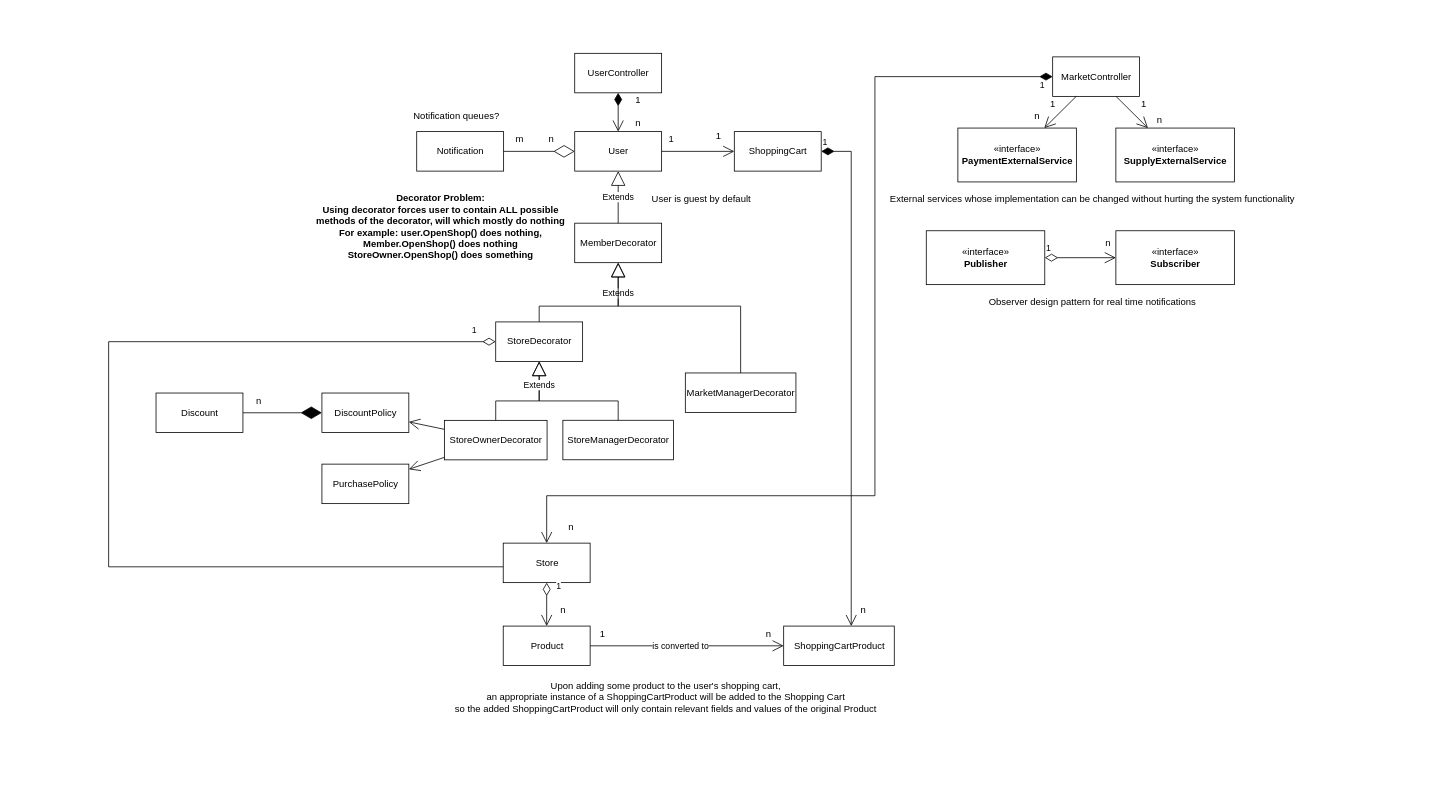
This is page "White Diagram" (1 of 2) of Workshop.drawio from itaitzruia4/Workshop, a draw.io file, before an edit. Source tidied: cells renumbered, new cells numbered last; positions are measured from the earlier drawing's top-left corner, leaving out a move shared by most shapes. Both pictures are drawn from the tidied source at 79%, with x=0, y=0 at pixel (108, 53).
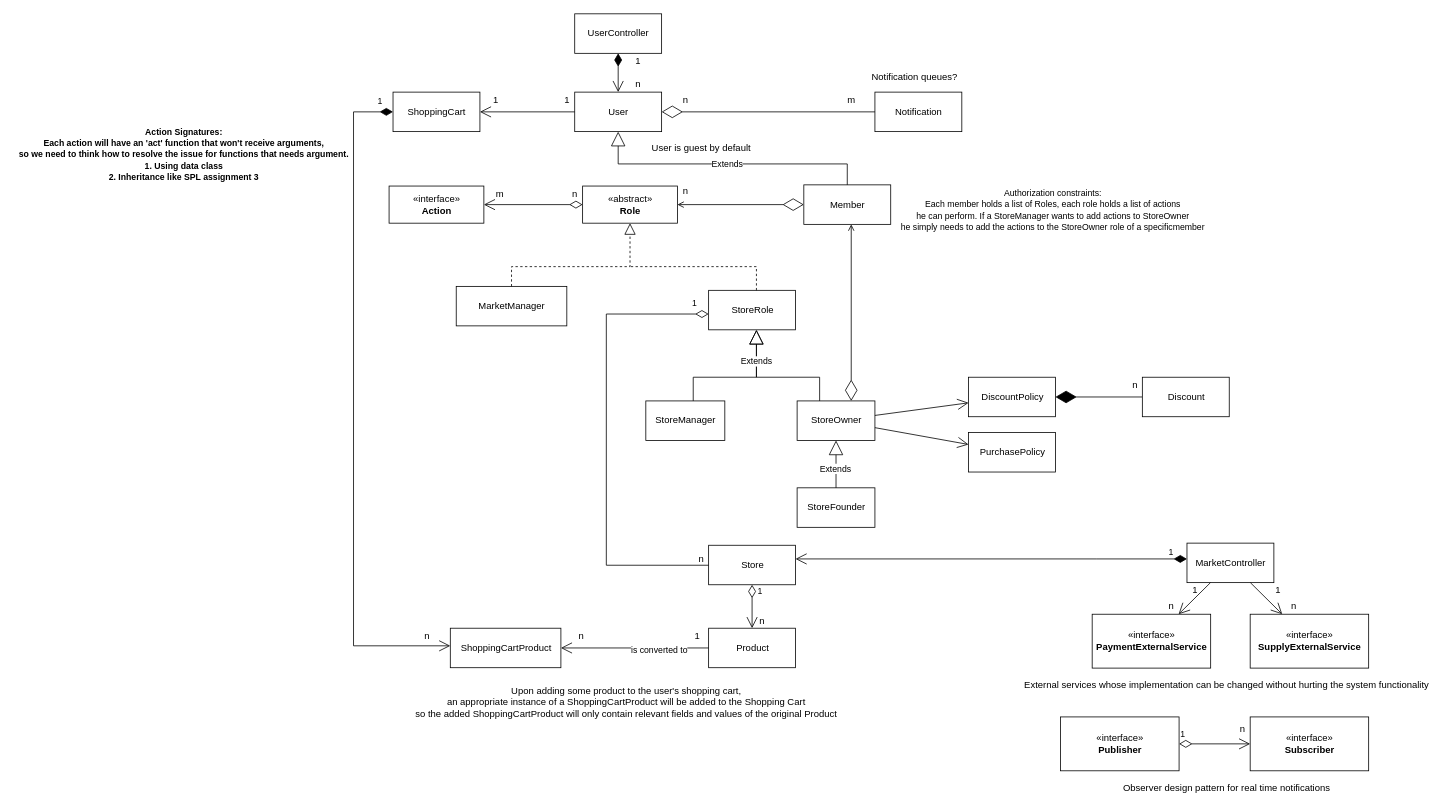
Above is the later version.

Commit message (it also covers changes not shown here):
Changed decorator and added roles

The edit, as a diff of the source:
```diff
@@
     <mxCell id="2" value="«interface»&lt;br&gt;&lt;b&gt;PaymentExternalService&lt;/b&gt;" style="html=1;" parent="1" vertex="1">
-      <mxGeometry x="1075" y="94.6" width="150" height="68.2" as="geometry" />
+      <mxGeometry x="1245" y="710" width="150" height="68.2" as="geometry" />
     </mxCell>
     <mxCell id="3" value="«interface»&lt;br&gt;&lt;b&gt;SupplyExternalService&lt;/b&gt;" style="html=1;" parent="1" vertex="1">
-      <mxGeometry x="1275" y="94.6" width="150" height="68.2" as="geometry" />
+      <mxGeometry x="1445" y="710" width="150" height="68.2" as="geometry" />
     </mxCell>
     <mxCell id="4" value="«interface»&lt;br&gt;&lt;b&gt;Publisher&lt;/b&gt;" style="html=1;" parent="1" vertex="1">
-      <mxGeometry x="1035" y="224.6" width="150" height="68.2" as="geometry" />
+      <mxGeometry x="1205" y="840" width="150" height="68.2" as="geometry" />
     </mxCell>
     <mxCell id="5" value="«interface»&lt;br&gt;&lt;b&gt;Subscriber&lt;/b&gt;" style="html=1;" parent="1" vertex="1">
-      <mxGeometry x="1275" y="224.6" width="150" height="68.2" as="geometry" />
+      <mxGeometry x="1445" y="840" width="150" height="68.2" as="geometry" />
     </mxCell>
     <mxCell id="6" value="Observer design pattern for real time notifications" style="text;html=1;align=center;verticalAlign=middle;strokeColor=none;fillColor=none;" parent="1" vertex="1">
-      <mxGeometry x="1105" y="304.6" width="280" height="20" as="geometry" />
+      <mxGeometry x="1275" y="920" width="280" height="20" as="geometry" />
     </mxCell>
     <mxCell id="7" value="External services whose implementation can be changed without hurting the system functionality" style="text;html=1;align=center;verticalAlign=middle;strokeColor=none;fillColor=none;" parent="1" vertex="1">
-      <mxGeometry x="980" y="174.6" width="530" height="20" as="geometry" />
+      <mxGeometry x="1150" y="790" width="530" height="20" as="geometry" />
     </mxCell>
     <mxCell id="8" value="UserController" style="html=1;" parent="1" vertex="1">
-      <mxGeometry x="590" width="110" height="50" as="geometry" />
+      <mxGeometry x="590" y="-50" width="110" height="50" as="geometry" />
     </mxCell>
     <mxCell id="9" value="MarketController" style="html=1;" parent="1" vertex="1">
-      <mxGeometry x="1195" y="4.5" width="110" height="50" as="geometry" />
+      <mxGeometry x="1365" y="620" width="110" height="50" as="geometry" />
     </mxCell>
     <mxCell id="10" value="Notification" style="html=1;" parent="1" vertex="1">
-      <mxGeometry x="390" y="99.1" width="110" height="50" as="geometry" />
+      <mxGeometry x="970" y="49.1" width="110" height="50" as="geometry" />
     </mxCell>
     <mxCell id="11" value="User" style="html=1;" parent="1" vertex="1">
-      <mxGeometry x="590" y="99.1" width="110" height="50" as="geometry" />
+      <mxGeometry x="590" y="49.1" width="110" height="50" as="geometry" />
     </mxCell>
@@
     <mxCell id="13" value="n" style="text;html=1;align=center;verticalAlign=middle;strokeColor=none;fillColor=none;" parent="1" vertex="1">
-      <mxGeometry x="550" y="99.1" width="20" height="20" as="geometry" />
+      <mxGeometry x="720" y="50" width="20" height="20" as="geometry" />
     </mxCell>
     <mxCell id="14" value="m" style="text;html=1;align=center;verticalAlign=middle;strokeColor=none;fillColor=none;" parent="1" vertex="1">
-      <mxGeometry x="505" y="99.1" width="30" height="20" as="geometry" />
+      <mxGeometry x="925" y="49.1" width="30" height="20" as="geometry" />
     </mxCell>
@@
     <mxCell id="17" value="1" style="text;html=1;align=center;verticalAlign=middle;strokeColor=none;fillColor=none;" parent="1" vertex="1">
-      <mxGeometry x="1185" y="54.5" width="20" height="20" as="geometry" />
+      <mxGeometry x="1365" y="670" width="20" height="20" as="geometry" />
     </mxCell>
     <mxCell id="18" value="n" style="text;html=1;align=center;verticalAlign=middle;strokeColor=none;fillColor=none;" parent="1" vertex="1">
-      <mxGeometry x="1165" y="70" width="20" height="20" as="geometry" />
+      <mxGeometry x="1335" y="690" width="20" height="20" as="geometry" />
     </mxCell>
     <mxCell id="19" value="n" style="text;html=1;align=center;verticalAlign=middle;strokeColor=none;fillColor=none;" parent="1" vertex="1">
-      <mxGeometry x="1320" y="74.5" width="20" height="20" as="geometry" />
+      <mxGeometry x="1490" y="690" width="20" height="20" as="geometry" />
     </mxCell>
     <mxCell id="20" value="1" style="text;html=1;align=center;verticalAlign=middle;strokeColor=none;fillColor=none;" parent="1" vertex="1">
-      <mxGeometry x="1300" y="54.5" width="20" height="20" as="geometry" />
+      <mxGeometry x="1470" y="670" width="20" height="20" as="geometry" />
     </mxCell>
@@
     <mxCell id="22" value="n" style="text;html=1;align=center;verticalAlign=middle;strokeColor=none;fillColor=none;" parent="1" vertex="1">
-      <mxGeometry x="1255" y="230" width="20" height="20" as="geometry" />
+      <mxGeometry x="1425" y="845.5" width="20" height="20" as="geometry" />
     </mxCell>
     <mxCell id="23" value="n" style="text;html=1;align=center;verticalAlign=middle;strokeColor=none;fillColor=none;" parent="1" vertex="1">
-      <mxGeometry x="660" y="79.1" width="20" height="20" as="geometry" />
+      <mxGeometry x="660" y="29.1" width="20" height="20" as="geometry" />
     </mxCell>
-    <mxCell id="24" value="MemberDecorator" style="html=1;" parent="1" vertex="1">
-      <mxGeometry x="590" y="215" width="110" height="50" as="geometry" />
+    <mxCell id="24" value="Member" style="html=1;" parent="1" vertex="1">
+      <mxGeometry x="880" y="166.5" width="110" height="50" as="geometry" />
     </mxCell>
-    <mxCell id="25" value="StoreOwnerDecorator" style="html=1;" parent="1" vertex="1">
-      <mxGeometry x="425" y="464.6" width="130" height="50" as="geometry" />
+    <mxCell id="25" value="StoreOwner" style="html=1;" parent="1" vertex="1">
+      <mxGeometry x="871.5" y="440" width="98.5" height="50" as="geometry" />
     </mxCell>
-    <mxCell id="26" value="StoreManagerDecorator" style="html=1;" parent="1" vertex="1">
-      <mxGeometry x="575" y="464.5" width="140" height="50" as="geometry" />
+    <mxCell id="26" value="StoreManager" style="html=1;" parent="1" vertex="1">
+      <mxGeometry x="680" y="440" width="100" height="50" as="geometry" />
     </mxCell>
-    <mxCell id="27" value="MarketManagerDecorator" style="html=1;" parent="1" vertex="1">
-      <mxGeometry x="730" y="404.6" width="140" height="50" as="geometry" />
+    <mxCell id="27" value="MarketManager" style="html=1;" parent="1" vertex="1">
+      <mxGeometry x="440" y="295" width="140" height="50" as="geometry" />
     </mxCell>
-    <mxCell id="28" value="Extends" style="endArrow=block;endSize=16;endFill=0;html=1;rounded=0;" parent="1" edge="1" source="24" target="11">
-      <mxGeometry relative="1" as="geometry" />
+    <mxCell id="28" value="Extends" style="endArrow=block;endSize=16;endFill=0;html=1;rounded=0;edgeStyle=orthogonalEdgeStyle;" parent="1" edge="1" source="24" target="11">
+      <mxGeometry relative="1" as="geometry">
+        <Array as="points">
+          <mxPoint x="645" y="140" />
+        </Array>
+      </mxGeometry>
     </mxCell>
-    <mxCell id="29" value="Extends" style="endArrow=block;endSize=16;endFill=0;html=1;rounded=0;edgeStyle=orthogonalEdgeStyle;" parent="1" edge="1" source="27" target="24">
-      <mxGeometry x="0.74" relative="1" as="geometry">
-        <Array as="points">
-          <mxPoint x="800" y="320" />
-          <mxPoint x="645" y="320" />
-        </Array>
-      </mxGeometry>
-    </mxCell>
-    <mxCell id="30" style="endArrow=block;endSize=16;endFill=0;html=1;rounded=0;edgeStyle=orthogonalEdgeStyle;" parent="1" edge="1" source="25" target="61">
-      <mxGeometry x="-0.78" y="91" relative="1" as="geometry">
-        <Array as="points">
-          <mxPoint x="490" y="440" />
-          <mxPoint x="545" y="440" />
-        </Array>
-        <mxPoint x="-90" y="81" as="offset" />
-      </mxGeometry>
-    </mxCell>
     <mxCell id="31" value="ShoppingCart" style="html=1;" parent="1" vertex="1">
-      <mxGeometry x="792" y="99.1" width="110" height="50" as="geometry" />
+      <mxGeometry x="360" y="49.1" width="110" height="50" as="geometry" />
     </mxCell>
@@
     <mxCell id="33" value="1" style="text;html=1;align=center;verticalAlign=middle;strokeColor=none;fillColor=none;" parent="1" vertex="1">
-      <mxGeometry x="702" y="99.1" width="20" height="20" as="geometry" />
+      <mxGeometry x="570" y="50" width="20" height="20" as="geometry" />
     </mxCell>
     <mxCell id="34" value="1" style="text;html=1;align=center;verticalAlign=middle;strokeColor=none;fillColor=none;" parent="1" vertex="1">
-      <mxGeometry x="762" y="94.6" width="20" height="20" as="geometry" />
+      <mxGeometry x="480" y="49.1" width="20" height="20" as="geometry" />
     </mxCell>
     <mxCell id="35" value="Store" style="html=1;" parent="1" vertex="1">
-      <mxGeometry x="499.5" y="620" width="110" height="50" as="geometry" />
+      <mxGeometry x="759.5" y="622.7" width="110" height="50" as="geometry" />
     </mxCell>
     <mxCell id="36" value="Product" style="html=1;" parent="1" vertex="1">
-      <mxGeometry x="499.5" y="725" width="110" height="50" as="geometry" />
+      <mxGeometry x="759.5" y="727.7" width="110" height="50" as="geometry" />
     </mxCell>
     <mxCell id="37" value="1" style="endArrow=open;html=1;endSize=12;startArrow=diamondThin;startSize=14;startFill=0;edgeStyle=orthogonalEdgeStyle;align=left;verticalAlign=bottom;rounded=0;" parent="1" edge="1" source="35" target="36">
-      <mxGeometry x="-0.52" y="10" relative="1" as="geometry" />
+      <mxGeometry x="-0.37" y="6" relative="1" as="geometry">
+        <mxPoint x="-1" as="offset" />
+      </mxGeometry>
     </mxCell>
     <mxCell id="38" value="n" style="text;html=1;align=center;verticalAlign=middle;strokeColor=none;fillColor=none;" parent="1" vertex="1">
-      <mxGeometry x="564.5" y="695" width="20" height="20" as="geometry" />
+      <mxGeometry x="817" y="708.7" width="20" height="20" as="geometry" />
     </mxCell>
     <mxCell id="39" value="1" style="endArrow=open;html=1;endSize=12;startArrow=diamondThin;startSize=14;startFill=1;edgeStyle=orthogonalEdgeStyle;align=left;verticalAlign=bottom;rounded=0;" parent="1" edge="1" source="9" target="35">
-      <mxGeometry x="-0.97" y="20" relative="1" as="geometry">
+      <mxGeometry x="-0.9" relative="1" as="geometry">
         <Array as="points">
-          <mxPoint x="970" y="30" />
-          <mxPoint x="970" y="560" />
+          <mxPoint x="1250" y="640" />
+          <mxPoint x="1250" y="640" />
         </Array>
       </mxGeometry>
     </mxCell>
     <mxCell id="40" value="n" style="text;html=1;align=center;verticalAlign=middle;strokeColor=none;fillColor=none;" parent="1" vertex="1">
-      <mxGeometry x="575" y="590" width="20" height="20" as="geometry" />
+      <mxGeometry x="739.5" y="630" width="20" height="20" as="geometry" />
     </mxCell>
     <mxCell id="41" value="1" style="endArrow=open;html=1;endSize=12;startArrow=diamondThin;startSize=14;startFill=1;edgeStyle=orthogonalEdgeStyle;align=left;verticalAlign=bottom;rounded=0;" parent="1" edge="1" source="31" target="44">
-      <mxGeometry x="-1" y="3" relative="1" as="geometry">
+      <mxGeometry x="-0.95" y="-4" relative="1" as="geometry">
         <Array as="points">
-          <mxPoint x="940" y="124" />
+          <mxPoint x="310" y="74" />
+          <mxPoint x="310" y="750" />
         </Array>
       </mxGeometry>
     </mxCell>
     <mxCell id="42" value="n" style="text;html=1;align=center;verticalAlign=middle;strokeColor=none;fillColor=none;" parent="1" vertex="1">
-      <mxGeometry x="944.5" y="695" width="20" height="20" as="geometry" />
+      <mxGeometry x="392.5" y="727.7" width="20" height="20" as="geometry" />
     </mxCell>
@@
     <mxCell id="44" value="ShoppingCartProduct" style="html=1;" parent="1" vertex="1">
-      <mxGeometry x="854.5" y="725" width="140" height="50" as="geometry" />
+      <mxGeometry x="432.5" y="727.7" width="140" height="50" as="geometry" />
     </mxCell>
@@
     <mxCell id="47" value="1" style="text;html=1;align=center;verticalAlign=middle;strokeColor=none;fillColor=none;" parent="1" vertex="1">
-      <mxGeometry x="614.5" y="725" width="20" height="20" as="geometry" />
+      <mxGeometry x="734.5" y="727.7" width="20" height="20" as="geometry" />
     </mxCell>
     <mxCell id="48" value="n" style="text;html=1;align=center;verticalAlign=middle;strokeColor=none;fillColor=none;" parent="1" vertex="1">
-      <mxGeometry x="824.5" y="725" width="20" height="20" as="geometry" />
+      <mxGeometry x="587.5" y="727.7" width="20" height="20" as="geometry" />
     </mxCell>
     <mxCell id="49" value="Upon adding some product to the user's shopping cart,&lt;br&gt;an appropriate instance of a ShoppingCartProduct will be added to the Shopping Cart&lt;br&gt;so the added ShoppingCartProduct will only contain relevant fields and values of the original Product" style="text;html=1;align=center;verticalAlign=middle;strokeColor=none;fillColor=none;" parent="1" vertex="1">
-      <mxGeometry x="429.5" y="790" width="550" height="50" as="geometry" />
+      <mxGeometry x="380" y="795.5" width="550" height="50" as="geometry" />
     </mxCell>
     <mxCell id="50" value="User is guest by default" style="text;html=1;align=center;verticalAlign=middle;strokeColor=none;fillColor=none;" parent="1" vertex="1">
-      <mxGeometry x="680" y="174.6" width="140" height="20" as="geometry" />
+      <mxGeometry x="680" y="110" width="140" height="20" as="geometry" />
     </mxCell>
     <mxCell id="51" value="1" style="endArrow=none;html=1;endSize=12;startArrow=diamondThin;startSize=14;startFill=0;edgeStyle=orthogonalEdgeStyle;align=left;verticalAlign=bottom;rounded=0;endFill=0;" parent="1" edge="1" source="61" target="35">
-      <mxGeometry x="-0.95" y="-5" relative="1" as="geometry">
+      <mxGeometry x="-0.92" y="-5" relative="1" as="geometry">
         <Array as="points">
-          <mxPoint y="365" />
-          <mxPoint y="650" />
+          <mxPoint x="630" y="330" />
+          <mxPoint x="630" y="648" />
         </Array>
       </mxGeometry>
     </mxCell>
     <mxCell id="52" value="1" style="text;html=1;align=center;verticalAlign=middle;strokeColor=none;fillColor=none;" parent="1" vertex="1">
-      <mxGeometry x="660" y="50" width="20" height="20" as="geometry" />
+      <mxGeometry x="660" width="20" height="20" as="geometry" />
     </mxCell>
-    <mxCell id="53" value="&lt;b&gt;Decorator Problem:&lt;br&gt;Using decorator forces user to contain ALL possible&lt;br&gt;methods of the decorator, will which mostly do nothing&lt;br&gt;For example: user.OpenShop() does nothing, &lt;br&gt;Member.OpenShop() does nothing&lt;br&gt;StoreOwner.OpenShop() does something&lt;/b&gt;" style="text;html=1;align=center;verticalAlign=middle;strokeColor=none;fillColor=none;" parent="1" vertex="1">
-      <mxGeometry x="255" y="174.6" width="330" height="90" as="geometry" />
-    </mxCell>
     <mxCell id="54" value="DiscountPolicy" style="html=1;" parent="1" vertex="1">
-      <mxGeometry x="270" y="430" width="110" height="50" as="geometry" />
+      <mxGeometry x="1088.5" y="410" width="110" height="50" as="geometry" />
     </mxCell>
     <mxCell id="55" value="PurchasePolicy" style="html=1;" parent="1" vertex="1">
-      <mxGeometry x="270" y="520" width="110" height="50" as="geometry" />
+      <mxGeometry x="1088.5" y="480" width="110" height="50" as="geometry" />
     </mxCell>
@@
     <mxCell id="59" value="Discount" style="html=1;" parent="1" vertex="1">
-      <mxGeometry x="60" y="430" width="110" height="50" as="geometry" />
+      <mxGeometry x="1308.5" y="410" width="110" height="50" as="geometry" />
     </mxCell>
     <mxCell id="60" value="n" style="text;html=1;align=center;verticalAlign=middle;strokeColor=none;fillColor=none;" parent="1" vertex="1">
-      <mxGeometry x="180" y="430" width="20" height="20" as="geometry" />
+      <mxGeometry x="1288.5" y="410" width="20" height="20" as="geometry" />
     </mxCell>
-    <mxCell id="61" value="StoreDecorator" style="html=1;" parent="1" vertex="1">
-      <mxGeometry x="490" y="340" width="110" height="50" as="geometry" />
+    <mxCell id="61" value="StoreRole" style="html=1;" parent="1" vertex="1">
+      <mxGeometry x="759.5" y="300" width="110" height="50" as="geometry" />
     </mxCell>
-    <mxCell id="62" style="endArrow=block;endSize=16;endFill=0;html=1;rounded=0;edgeStyle=orthogonalEdgeStyle;" parent="1" edge="1" source="61" target="24">
-      <mxGeometry x="-0.78" y="91" relative="1" as="geometry">
-        <Array as="points">
-          <mxPoint x="545" y="320" />
-          <mxPoint x="645" y="320" />
-        </Array>
-        <mxPoint x="-90" y="81" as="offset" />
-      </mxGeometry>
-    </mxCell>
+    <mxCell id="65" value="&lt;font style=&quot;font-size: 11px&quot;&gt;Authorization constraints:&lt;br&gt;Each member holds a list of Roles, each role holds a list of actions &lt;br&gt;he can perform. If a StoreManager wants to add actions to StoreOwner&lt;br&gt;he simply needs to add the actions to the StoreOwner role of a specificmember&lt;br&gt;&lt;/font&gt;" style="text;html=1;align=center;verticalAlign=middle;strokeColor=none;fillColor=none;" parent="1" vertex="1">
+      <mxGeometry x="995" y="168" width="400" height="60" as="geometry" />
+    </mxCell>
+    <mxCell id="64" value="Notification queues?" style="text;html=1;align=center;verticalAlign=middle;strokeColor=none;fillColor=none;" parent="1" vertex="1">
+      <mxGeometry x="960" y="20" width="120" height="20" as="geometry" />
+    </mxCell>
+    <mxCell id="30" style="endArrow=block;endSize=16;endFill=0;html=1;rounded=0;fontSize=11;edgeStyle=orthogonalEdgeStyle;" parent="1" edge="1" source="25" target="61">
+      <mxGeometry relative="1" as="geometry">
+        <Array as="points">
+          <mxPoint x="900" y="410" />
+          <mxPoint x="820" y="410" />
+        </Array>
+      </mxGeometry>
+    </mxCell>
-    <mxCell id="63" value="Extends" style="endArrow=block;endSize=16;endFill=0;html=1;rounded=0;edgeStyle=orthogonalEdgeStyle;" parent="1" edge="1" source="26" target="61">
-      <mxGeometry x="0.66" relative="1" as="geometry">
+    <mxCell id="63" value="Extends" style="endArrow=block;endSize=16;endFill=0;html=1;rounded=0;fontSize=11;edgeStyle=orthogonalEdgeStyle;" parent="1" edge="1" source="26" target="61">
+      <mxGeometry x="0.53" relative="1" as="geometry">
         <Array as="points">
-          <mxPoint x="645" y="440" />
-          <mxPoint x="545" y="440" />
+          <mxPoint x="740" y="410" />
+          <mxPoint x="820" y="410" />
         </Array>
       </mxGeometry>
     </mxCell>
-    <mxCell id="64" value="Notification queues?" style="text;html=1;align=center;verticalAlign=middle;strokeColor=none;fillColor=none;" parent="1" vertex="1">
-      <mxGeometry x="380" y="70" width="120" height="20" as="geometry" />
-    </mxCell>
+    <mxCell id="66" value="«abstract»&lt;br&gt;&lt;b&gt;Role&lt;/b&gt;" style="html=1;" parent="1" vertex="1">
+      <mxGeometry x="600" y="168" width="120" height="47" as="geometry" />
+    </mxCell>
+    <mxCell id="67" value="«interface»&lt;br&gt;&lt;b&gt;Action&lt;/b&gt;" style="html=1;" parent="1" vertex="1">
+      <mxGeometry x="355" y="168" width="120" height="47" as="geometry" />
+    </mxCell>
+    <mxCell id="68" style="endArrow=open;html=1;endSize=12;startArrow=diamondThin;startSize=14;startFill=0;edgeStyle=orthogonalEdgeStyle;align=left;verticalAlign=bottom;rounded=0;" parent="1" edge="1" source="66" target="67">
+      <mxGeometry x="-1" y="3" relative="1" as="geometry" />
+    </mxCell>
+    <mxCell id="69" value="m" style="text;html=1;align=center;verticalAlign=middle;strokeColor=none;fillColor=none;" parent="1" vertex="1">
+      <mxGeometry x="480" y="168" width="30" height="20" as="geometry" />
+    </mxCell>
+    <mxCell id="70" value="n" style="text;html=1;align=center;verticalAlign=middle;strokeColor=none;fillColor=none;" parent="1" vertex="1">
+      <mxGeometry x="720" y="165" width="20" height="20" as="geometry" />
+    </mxCell>
+    <mxCell id="71" style="endArrow=block;dashed=1;endFill=0;endSize=12;html=1;rounded=0;fontSize=11;edgeStyle=orthogonalEdgeStyle;" parent="1" edge="1" source="27" target="66">
+      <mxGeometry relative="1" as="geometry">
+        <Array as="points">
+          <mxPoint x="510" y="270" />
+          <mxPoint x="660" y="270" />
+        </Array>
+      </mxGeometry>
+    </mxCell>
+    <mxCell id="72" style="endArrow=none;dashed=1;endFill=0;endSize=12;html=1;rounded=0;fontSize=11;edgeStyle=orthogonalEdgeStyle;" parent="1" edge="1" source="61">
+      <mxGeometry relative="1" as="geometry">
+        <mxPoint x="660" y="270" as="targetPoint" />
+        <Array as="points">
+          <mxPoint x="820" y="270" />
+          <mxPoint x="670" y="270" />
+        </Array>
+      </mxGeometry>
+    </mxCell>
+    <mxCell id="73" style="endArrow=diamondThin;endFill=0;endSize=24;html=1;rounded=0;startArrow=open;edgeStyle=orthogonalEdgeStyle;startFill=0;" parent="1" edge="1" source="66" target="24">
+      <mxGeometry relative="1" as="geometry" />
+    </mxCell>
+    <mxCell id="74" value="n" style="text;html=1;align=center;verticalAlign=middle;points=[];strokeColor=none;fillColor=none;" parent="1" vertex="1">
+      <mxGeometry x="580" y="168" width="20" height="20" as="geometry" />
+    </mxCell>
+    <mxCell id="75" style="endArrow=none;endFill=0;endSize=24;html=1;rounded=0;" parent="1" edge="1" source="66" target="74">
+      <mxGeometry relative="1" as="geometry" />
+    </mxCell>
+    <mxCell id="76" style="endArrow=diamondThin;endFill=0;endSize=24;html=1;rounded=0;startArrow=open;edgeStyle=orthogonalEdgeStyle;startFill=0;" parent="1" edge="1" source="24" target="25">
+      <mxGeometry relative="1" as="geometry">
+        <Array as="points">
+          <mxPoint x="940" y="230" />
+          <mxPoint x="940" y="230" />
+        </Array>
+      </mxGeometry>
+    </mxCell>
+    <mxCell id="77" value="StoreFounder" style="html=1;" parent="1" vertex="1">
+      <mxGeometry x="871.5" y="550" width="98.5" height="50" as="geometry" />
+    </mxCell>
+    <mxCell id="78" value="Extends" style="endArrow=block;endSize=16;endFill=0;html=1;rounded=0;fontSize=11;edgeStyle=orthogonalEdgeStyle;" parent="1" edge="1" source="77" target="25">
+      <mxGeometry x="-0.2" y="1" relative="1" as="geometry">
+        <Array as="points">
+          <mxPoint x="910" y="490" />
+          <mxPoint x="910" y="490" />
+        </Array>
+      </mxGeometry>
+    </mxCell>
+    <mxCell id="79" value="&lt;font style=&quot;font-size: 11px&quot;&gt;&lt;b&gt;Action Signatures:&lt;br&gt;Each action will have an 'act' function that won't receive arguments,&lt;br&gt;so we need to think how to resolve the issue for functions that needs argument.&lt;br&gt;1. Using data class&lt;br&gt;2. Inheritance like SPL assignment 3&lt;/b&gt;&lt;br&gt;&lt;/font&gt;" style="text;html=1;align=center;verticalAlign=middle;strokeColor=none;fillColor=none;" parent="1" vertex="1">
+      <mxGeometry x="-120" y="88" width="430" height="80" as="geometry" />
+    </mxCell>
```
